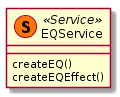
Before: out/doc/classes/EQService.png, a diagram exported from PlantUML (clm2609/VirtualDJ). Source of this version:
```plantuml
@startuml EQService
class "EQService" as eqServ <<(S,#FF7700) Service>>{
    createEQ()
    createEQEffect()
}
@enduml
```
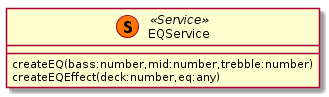
After the commit.

Change to the diagram source:
```diff
@@ -1,6 +1,6 @@
 @startuml EQService
 class "EQService" as eqServ <<(S,#FF7700) Service>>{
-    createEQ()
-    createEQEffect()
+    createEQ(bass:number,mid:number,trebble:number)
+    createEQEffect(deck:number,eq:any)
 }
 @enduml
```
